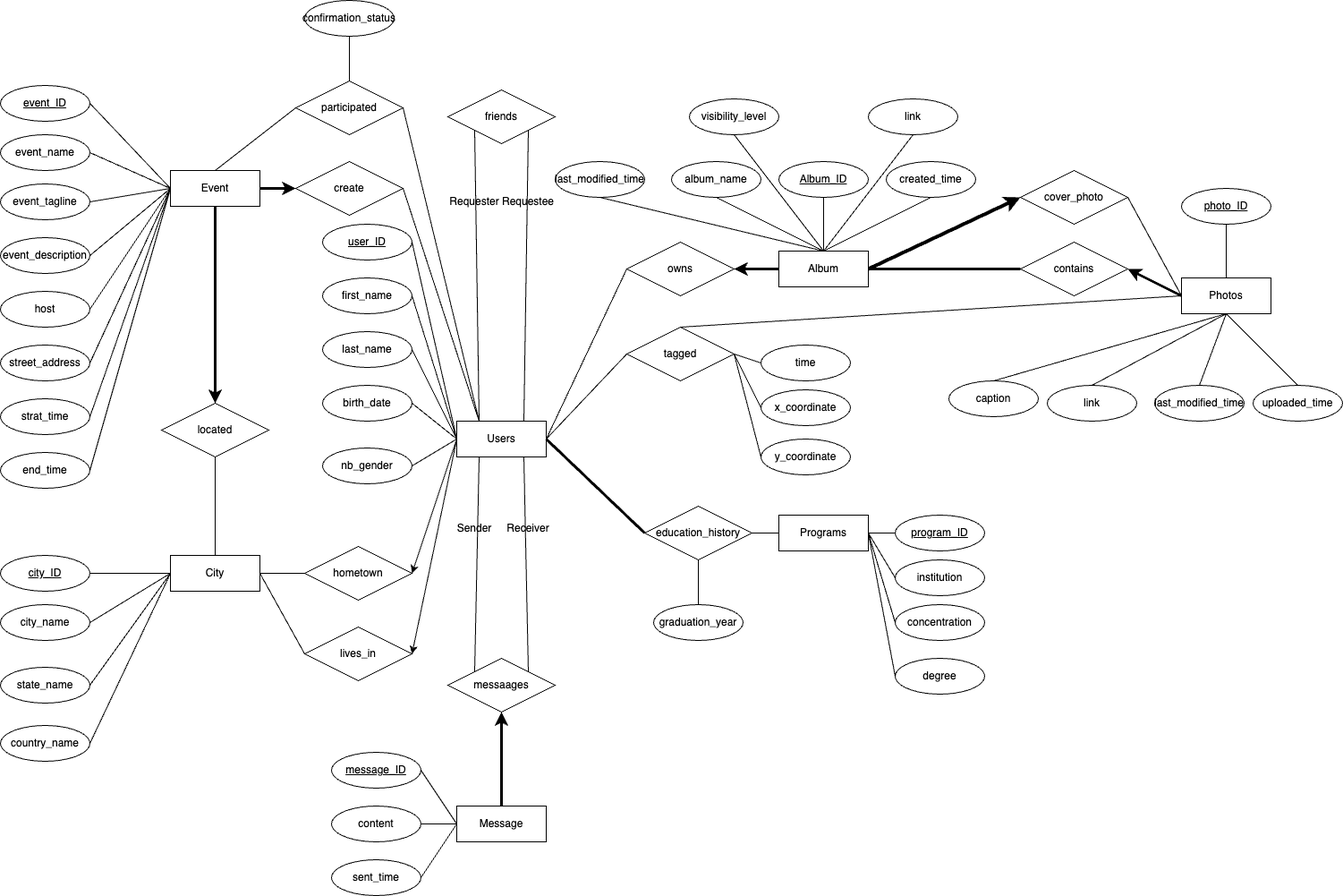
SimonCheng0716/EECS484_Project_1 keeps this draw.io diagram as ER_Diagram.png. Above is the earlier version. Source tidied: cells renumbered, new cells last; positions are measured from the earlier drawing's top-left corner, leaving out a move shared by most shapes.
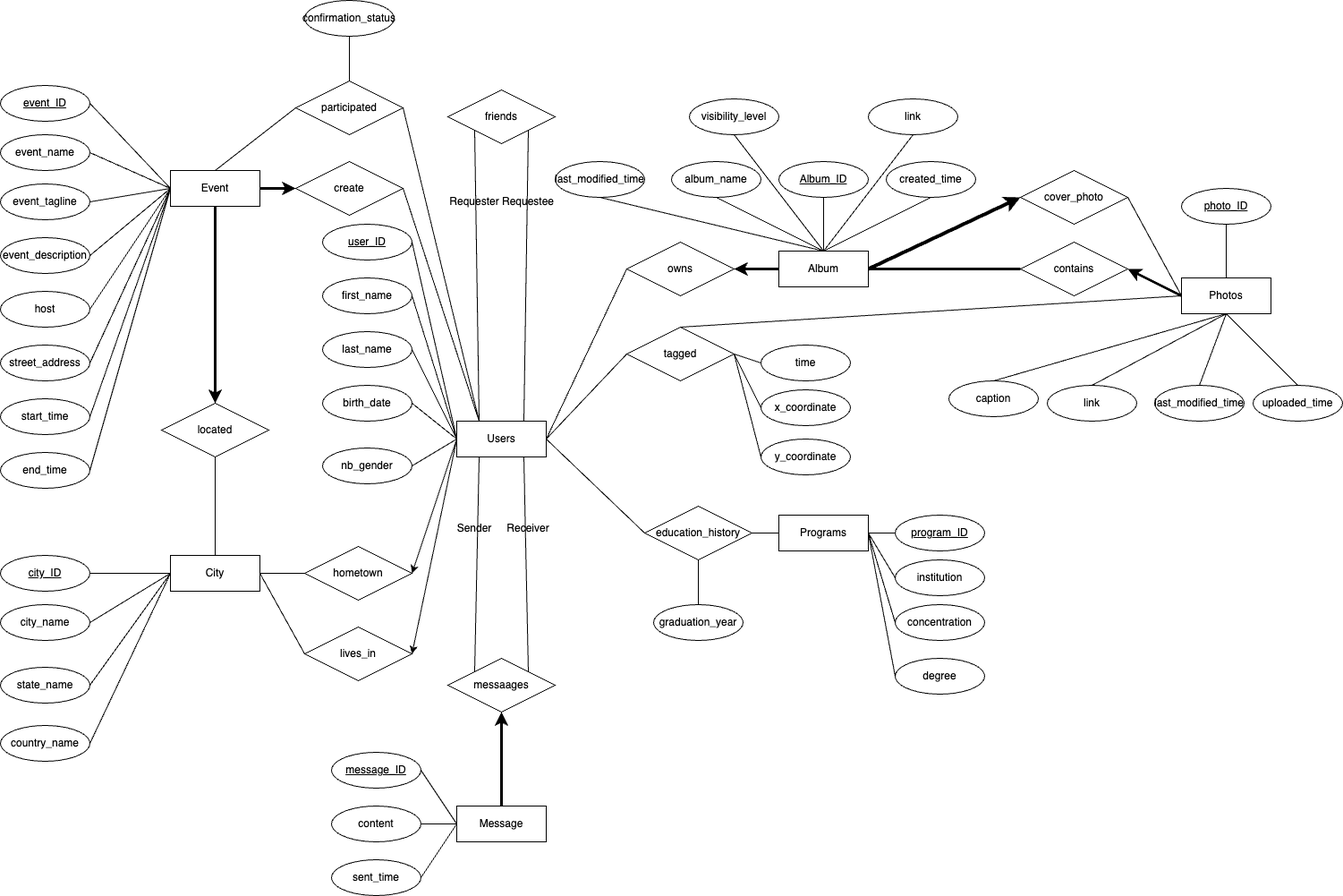
After the commit.

The edit, as a diff of the source:
```diff
@@ -274,7 +274,7 @@
     <mxCell id="91" value="y_coordinate" style="ellipse;whiteSpace=wrap;html=1;align=center;" parent="1" vertex="1">
       <mxGeometry x="850" y="490" width="100" height="40" as="geometry" />
     </mxCell>
-    <mxCell id="92" style="endArrow=none;html=1;rounded=0;exitX=1;exitY=0.5;exitDx=0;exitDy=0;entryX=0;entryY=0.5;entryDx=0;entryDy=0;strokeWidth=3;" parent="1" edge="1" source="3" target="25">
+    <mxCell id="92" style="endArrow=none;html=1;rounded=0;exitX=1;exitY=0.5;exitDx=0;exitDy=0;entryX=0;entryY=0.5;entryDx=0;entryDy=0;strokeWidth=1;" parent="1" edge="1" source="3" target="25">
       <mxGeometry relative="1" as="geometry" />
     </mxCell>
     <mxCell id="93" style="endArrow=none;html=1;rounded=0;exitX=1;exitY=0.5;exitDx=0;exitDy=0;entryX=0;entryY=0.5;entryDx=0;entryDy=0;" parent="1" edge="1" source="3" target="88">
@@ -307,7 +307,7 @@
     <mxCell id="102" value="end_time" style="ellipse;whiteSpace=wrap;html=1;align=center;" parent="1" vertex="1">
       <mxGeometry y="505" width="100" height="40" as="geometry" />
     </mxCell>
-    <mxCell id="103" value="strat_time" style="ellipse;whiteSpace=wrap;html=1;align=center;" parent="1" vertex="1">
+    <mxCell id="103" value="start_time" style="ellipse;whiteSpace=wrap;html=1;align=center;" parent="1" vertex="1">
       <mxGeometry y="445" width="100" height="40" as="geometry" />
     </mxCell>
     <mxCell id="104" value="street_address" style="ellipse;whiteSpace=wrap;html=1;align=center;" parent="1" vertex="1">
```
